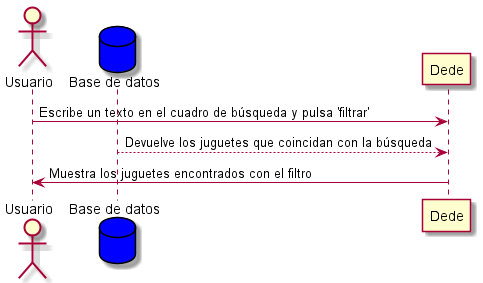
Earlier version of the PlantUML export images/FiltrarProducto.png (Arquisoft/dede_es2a).
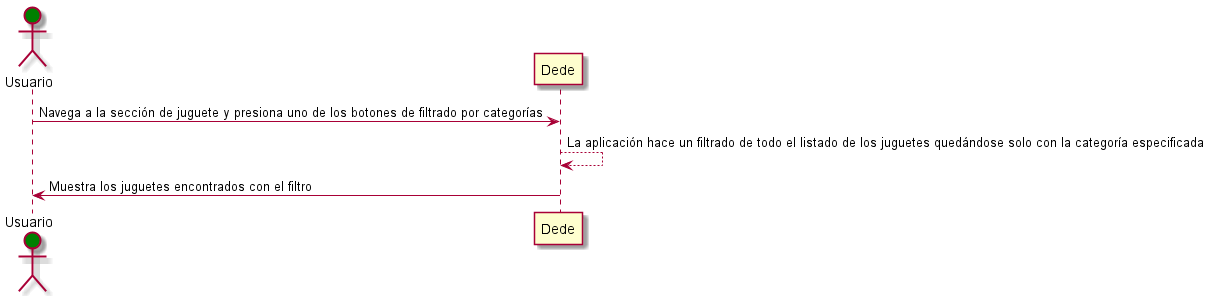
The same file after the commit.

Diff of the diagram source:
```diff
@@ -1,7 +1,6 @@
 @startuml
-actor Usuario
-database BaseDeDatos as "Base de datos" #blue
-Usuario -> Dede: Escribe un texto en el cuadro de búsqueda y pulsa 'filtrar'
-BaseDeDatos --> Dede: Devuelve los juguetes que coincidan con la búsqueda
+actor Usuario #green
+Usuario -> Dede: Navega a la sección de juguete y presiona uno de los botones de filtrado por categorías
+Dede --> Dede: La aplicación hace un filtrado de todo el listado de los juguetes quedándose solo con la categoría especificada
 Usuario <- Dede: Muestra los juguetes encontrados con el filtro
 @enduml
```
